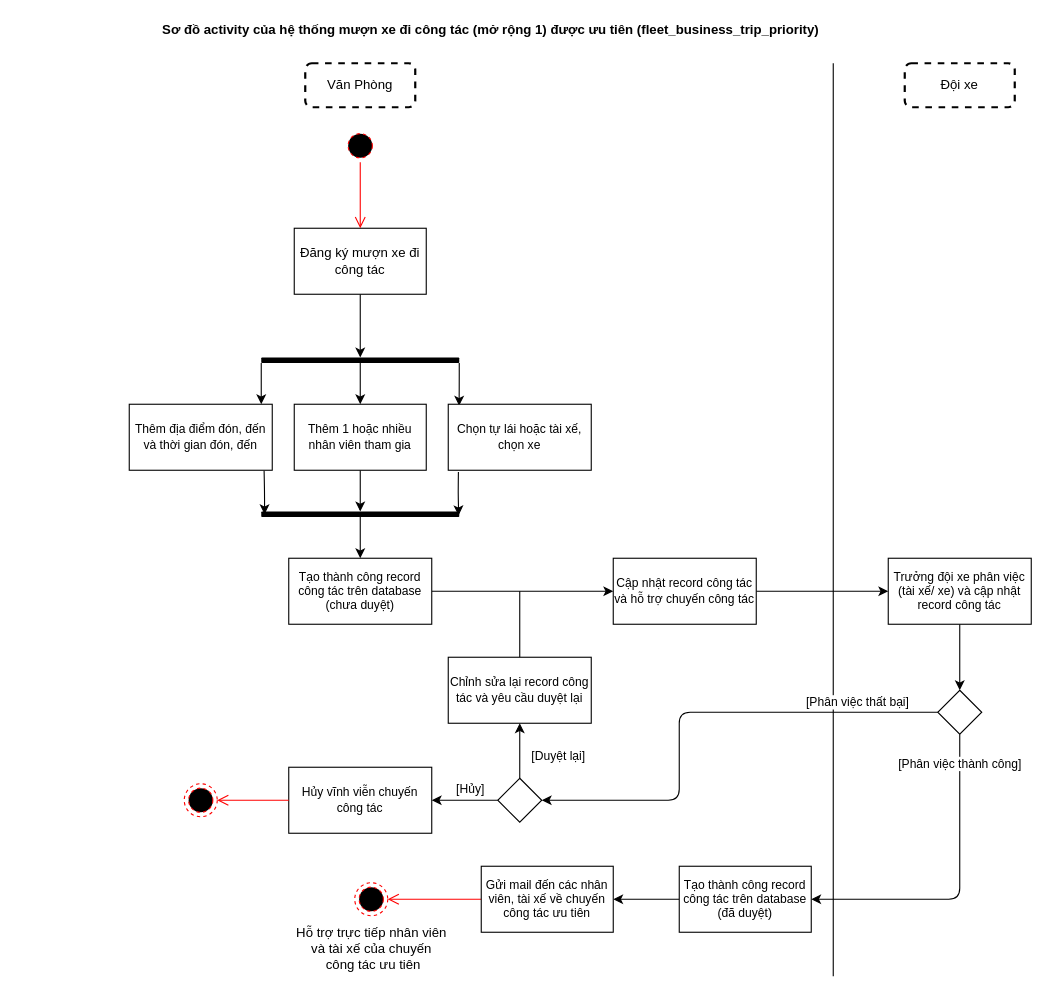
Earlier version of the draw.io diagram uml-diargrams/uml_activity_fleet_business_trip_priority.drawio (NgoHuuNghia/odoo15-digitalocean). Source tidied: cells renumbered, new cells numbered last; positions are measured from the earlier drawing's top-left corner, leaving out a move shared by most shapes. Both pictures are drawn from the tidied source at 110%, with x=0, y=0 at pixel (129, 19).
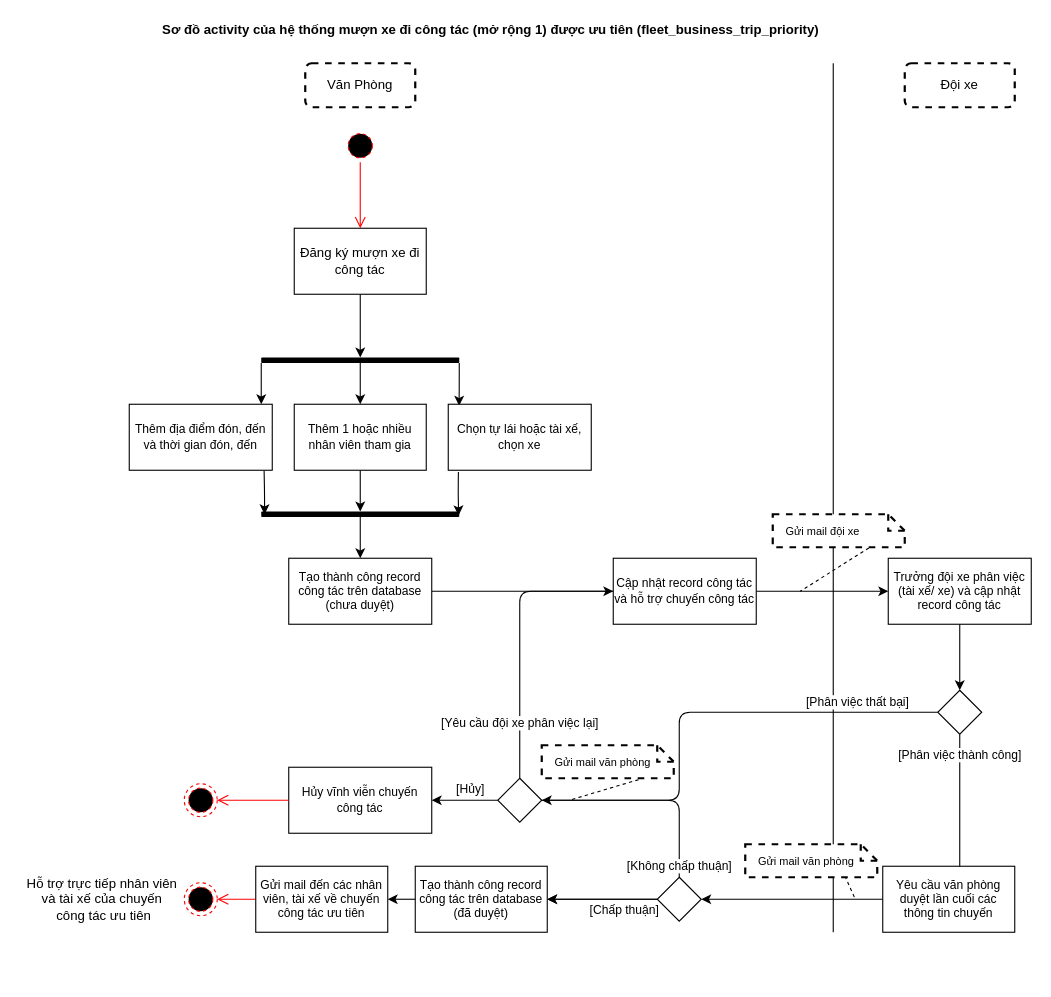
Above is the later version.

The change refers to these unchanged cells:
```xml
<mxCell id="26" style="rhombus;whiteSpace=wrap;html=1;" parent="1" vertex="1">
  <mxGeometry x="335" y="690" width="40" height="40" as="geometry" />
</mxCell>
<mxCell id="35" value="Cập nhật record công tác và hỗ trợ chuyến công tác" style="whiteSpace=wrap;html=1;rounded=0;fontSize=11;" parent="1" vertex="1">
  <mxGeometry x="440" y="490" width="130" height="60" as="geometry" />
</mxCell>
<mxCell id="41" style="rhombus;whiteSpace=wrap;html=1;" parent="1" vertex="1">
  <mxGeometry x="735" y="610" width="40" height="40" as="geometry" />
</mxCell>
```

Diff of the diagram source:
```diff
@@
     <mxCell id="20" style="endArrow=none;html=1;" parent="1" edge="1">
       <mxGeometry relative="1" as="geometry">
-        <mxPoint x="640" y="870" as="sourcePoint" />
+        <mxPoint x="640" y="830" as="sourcePoint" />
         <mxPoint x="640" y="40" as="targetPoint" />
       </mxGeometry>
     </mxCell>
-    <mxCell id="21" style="edgeStyle=none;html=1;endArrow=none;endFill=0;" parent="1" edge="1" source="22">
-      <mxGeometry relative="1" as="geometry">
-        <mxPoint x="355" y="520" as="targetPoint" />
-      </mxGeometry>
-    </mxCell>
-    <mxCell id="22" value="Chỉnh sửa lại record công tác và yêu cầu duyệt lại" style="whiteSpace=wrap;html=1;rounded=0;fontSize=11;" parent="1" vertex="1">
-      <mxGeometry x="290" y="580" width="130" height="60" as="geometry" />
-    </mxCell>
@@
-    <mxCell id="24" value="[Duyệt lại]" style="edgeStyle=none;html=1;entryX=0.5;entryY=1;entryDx=0;entryDy=0;endArrow=classic;endFill=1;" parent="1" edge="1" source="26" target="22">
-      <mxGeometry x="-0.2" y="-35" relative="1" as="geometry" />
+    <mxCell id="24" value="[Yêu cầu đội xe phân việc lại]" style="edgeStyle=none;html=1;endArrow=none;endFill=0;" parent="1" edge="1" source="26" target="35">
+      <mxGeometry x="-0.61" relative="1" as="geometry">
+        <Array as="points">
+          <mxPoint x="355" y="520" />
+        </Array>
+      </mxGeometry>
     </mxCell>
@@
     <mxCell id="28" value="&lt;span&gt;Hỗ trợ trực tiếp nhân viên &lt;br&gt;và tài xế của chuyến&lt;br&gt;&amp;nbsp;công tác ưu tiên&lt;/span&gt;" style="text;html=1;align=center;verticalAlign=middle;strokeColor=none;fillColor=none;" parent="1" vertex="1">
-      <mxGeometry x="145" y="820" width="150" height="50" as="geometry" />
+      <mxGeometry x="-100" y="775" width="150" height="50" as="geometry" />
     </mxCell>
@@
-    <mxCell id="40" value="[Phân việc thành công]" style="edgeStyle=none;html=1;endArrow=classic;endFill=1;" parent="1" edge="1" source="41" target="43">
+    <mxCell id="40" value="[Phân việc thành công]" style="edgeStyle=none;html=1;endArrow=classic;endFill=1;" parent="1" edge="1" source="41" target="51">
       <mxGeometry x="-0.81" relative="1" as="geometry">
         <Array as="points">
           <mxPoint x="755" y="800" />
         </Array>
       </mxGeometry>
     </mxCell>
@@
-    <mxCell id="42" style="edgeStyle=none;html=1;" parent="1" edge="1" source="43" target="45">
+    <mxCell id="42" style="edgeStyle=none;html=1;startArrow=none;" parent="1" edge="1" source="54" target="43">
       <mxGeometry relative="1" as="geometry" />
     </mxCell>
     <mxCell id="43" value="&lt;span style=&quot;font-family: &amp;#34;helvetica&amp;#34;&quot;&gt;Tạo thành công record công tác trên database (đã duyệt)&lt;/span&gt;" style="whiteSpace=wrap;html=1;fontSize=11;fontColor=default;rounded=0;" parent="1" vertex="1">
-      <mxGeometry x="500" y="770" width="120" height="60" as="geometry" />
+      <mxGeometry x="260" y="770" width="120" height="60" as="geometry" />
     </mxCell>
     <mxCell id="44" style="ellipse;html=1;shape=endState;fillColor=#000000;strokeColor=#ff0000;dashed=1;" parent="1" vertex="1">
-      <mxGeometry x="205" y="785" width="30" height="30" as="geometry" />
+      <mxGeometry x="50" y="785" width="30" height="30" as="geometry" />
     </mxCell>
     <mxCell id="45" value="&lt;span style=&quot;font-family: &amp;#34;helvetica&amp;#34;&quot;&gt;Gửi mail đến các nhân viên, tài xế về chuyến công tác ưu tiên&lt;/span&gt;" style="whiteSpace=wrap;html=1;fontSize=11;fontColor=default;rounded=0;" parent="1" vertex="1">
-      <mxGeometry x="320" y="770" width="120" height="60" as="geometry" />
+      <mxGeometry x="115" y="770" width="120" height="60" as="geometry" />
     </mxCell>
+    <mxCell id="46" style="edgeStyle=none;html=1;endArrow=none;endFill=0;exitX=0.733;exitY=1.044;exitDx=0;exitDy=0;exitPerimeter=0;dashed=1;" parent="1" edge="1" source="47">
+      <mxGeometry relative="1" as="geometry">
+        <mxPoint x="400" y="710" as="targetPoint" />
+      </mxGeometry>
+    </mxCell>
+    <mxCell id="47" value="Gửi mail văn phòng" style="shape=note;size=15;align=left;spacingLeft=10;html=1;whiteSpace=wrap;rounded=0;dashed=1;labelBackgroundColor=none;fontSize=10;fontColor=default;strokeWidth=2;" parent="1" vertex="1">
+      <mxGeometry x="375" y="660" width="120" height="30" as="geometry" />
+    </mxCell>
+    <mxCell id="48" style="edgeStyle=none;html=1;dashed=1;endArrow=none;endFill=0;exitX=0.728;exitY=1.022;exitDx=0;exitDy=0;exitPerimeter=0;" parent="1" edge="1" source="49">
+      <mxGeometry relative="1" as="geometry">
+        <mxPoint x="610" y="520" as="targetPoint" />
+      </mxGeometry>
+    </mxCell>
+    <mxCell id="49" value="Gửi mail đội xe" style="shape=note;size=15;align=left;spacingLeft=10;html=1;whiteSpace=wrap;rounded=0;dashed=1;labelBackgroundColor=none;fontSize=10;fontColor=default;strokeWidth=2;" parent="1" vertex="1">
+      <mxGeometry x="585" y="450" width="120" height="30" as="geometry" />
+    </mxCell>
+    <mxCell id="50" style="edgeStyle=none;html=1;endArrow=classic;endFill=1;" parent="1" edge="1" source="43" target="45">
+      <mxGeometry relative="1" as="geometry" />
+    </mxCell>
+    <mxCell id="51" value="&lt;span style=&quot;font-family: &amp;#34;helvetica&amp;#34;&quot;&gt;Yêu cầu văn phòng duyệt lần cuối các thông tin chuyến&lt;/span&gt;" style="whiteSpace=wrap;html=1;fontSize=11;fontColor=default;rounded=0;" parent="1" vertex="1">
+      <mxGeometry x="685" y="770" width="120" height="60" as="geometry" />
+    </mxCell>
+    <mxCell id="52" value="[Chấp thuận]" style="edgeStyle=none;html=1;endArrow=classic;endFill=1;" parent="1" edge="1" source="54" target="43">
+      <mxGeometry x="-0.4" y="10" relative="1" as="geometry" />
+    </mxCell>
+    <mxCell id="53" value="[Không chấp thuận]" style="edgeStyle=none;html=1;endArrow=none;endFill=0;" parent="1" edge="1" source="54" target="26">
+      <mxGeometry x="-0.9" relative="1" as="geometry">
+        <Array as="points">
+          <mxPoint x="500" y="710" />
+        </Array>
+      </mxGeometry>
+    </mxCell>
+    <mxCell id="54" style="rhombus;whiteSpace=wrap;html=1;" parent="1" vertex="1">
+      <mxGeometry x="480" y="780" width="40" height="40" as="geometry" />
+    </mxCell>
+    <mxCell id="55" style="edgeStyle=none;html=1;endArrow=classic;endFill=1;" parent="1" edge="1" source="51" target="54">
+      <mxGeometry relative="1" as="geometry" />
+    </mxCell>
+    <mxCell id="56" style="edgeStyle=none;html=1;endArrow=none;endFill=0;dashed=1;exitX=0.755;exitY=0.962;exitDx=0;exitDy=0;exitPerimeter=0;" parent="1" edge="1" source="57">
+      <mxGeometry relative="1" as="geometry">
+        <mxPoint x="660" y="800" as="targetPoint" />
+      </mxGeometry>
+    </mxCell>
+    <mxCell id="57" value="Gửi mail văn phòng" style="shape=note;size=15;align=left;spacingLeft=10;html=1;whiteSpace=wrap;rounded=0;dashed=1;labelBackgroundColor=none;fontSize=10;fontColor=default;strokeWidth=2;" parent="1" vertex="1">
+      <mxGeometry x="560" y="750" width="120" height="30" as="geometry" />
+    </mxCell>
```
